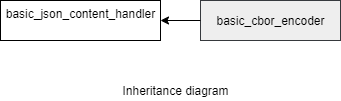
Before: doc/ref/cbor/diagrams/cbor_encoder.png, a diagram exported from draw.io (danielaparker/jsoncons). Source tidied: cells renumbered, new cells last; positions are measured from the earlier drawing's top-left corner, leaving out a move shared by most shapes.
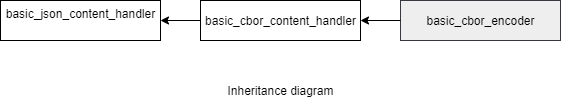
The same file after the commit.

The edit, as a diff of the source:
```diff
@@ -3,16 +3,22 @@
     <mxCell id="0" />
     <mxCell id="1" parent="0" />
     <mxCell id="2" value="basic_json_content_handler&lt;br&gt;&lt;br&gt;" style="rounded=0;whiteSpace=wrap;html=1;" parent="1" vertex="1">
-      <mxGeometry width="160" height="40" as="geometry" />
+      <mxGeometry x="-40" width="160" height="40" as="geometry" />
     </mxCell>
     <mxCell id="3" value="basic_cbor_encoder&lt;br&gt;" style="rounded=0;whiteSpace=wrap;html=1;fillColor=#eeeeee;strokeColor=#36393d;" parent="1" vertex="1">
-      <mxGeometry x="200" width="140" height="40" as="geometry" />
+      <mxGeometry x="360" width="160" height="40" as="geometry" />
     </mxCell>
-    <mxCell id="4" style="endArrow=classic;html=1;exitX=0;exitY=0.5;exitDx=0;exitDy=0;entryX=1;entryY=0.5;entryDx=0;entryDy=0;" parent="1" edge="1" source="3" target="2">
-      <mxGeometry relative="1" as="geometry" />
-    </mxCell>
     <mxCell id="5" value="Inheritance diagram" style="text;html=1;strokeColor=none;fillColor=none;align=center;verticalAlign=middle;whiteSpace=wrap;rounded=0;" parent="1" vertex="1">
-      <mxGeometry x="110" y="80" width="130" height="20" as="geometry" />
+      <mxGeometry x="175" y="80" width="130" height="20" as="geometry" />
     </mxCell>
+    <mxCell id="6" value="basic_cbor_content_handler" style="rounded=0;whiteSpace=wrap;html=1;" parent="1" vertex="1">
+      <mxGeometry x="160" width="160" height="40" as="geometry" />
+    </mxCell>
+    <mxCell id="7" style="endArrow=classic;html=1;exitX=0;exitY=0.5;exitDx=0;exitDy=0;" parent="1" edge="1" source="6" target="2">
+      <mxGeometry relative="1" as="geometry" />
+    </mxCell>
+    <mxCell id="8" style="endArrow=classic;html=1;exitX=0;exitY=0.5;exitDx=0;exitDy=0;entryX=1;entryY=0.5;entryDx=0;entryDy=0;" parent="1" edge="1" source="3" target="6">
+      <mxGeometry relative="1" as="geometry" />
+    </mxCell>
   </root>
 </mxGraphModel>
```
